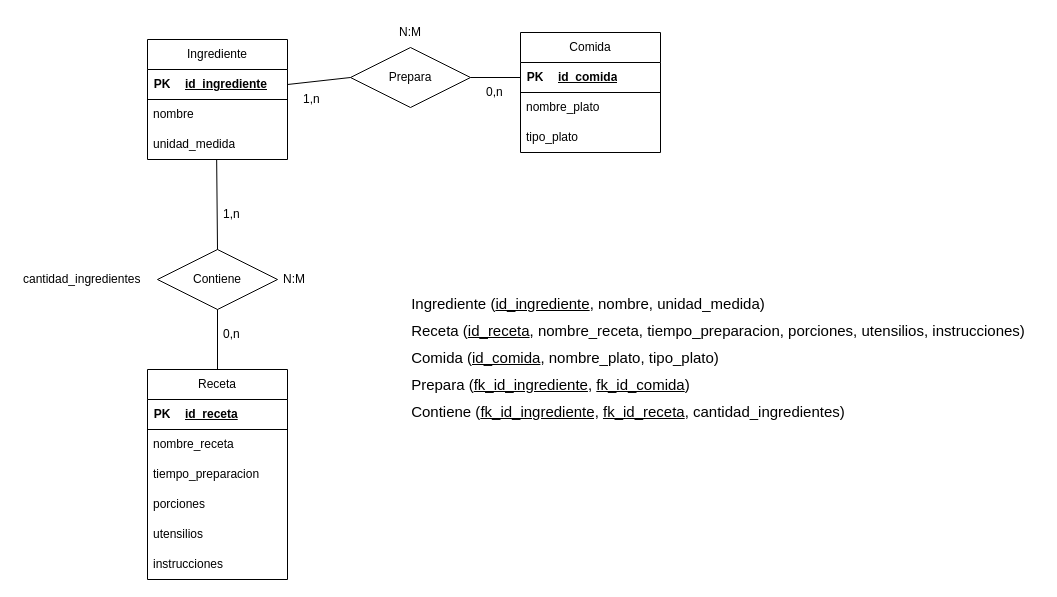
The draw.io diagram Ejercicio09.drawio in Daninuro/diagrames-cvf-dn-mpl-n-11102023, before the edit. Source tidied: cells renumbered, new cells numbered last; positions are measured from the earlier drawing's top-left corner, leaving out a move shared by most shapes. Both pictures are drawn from the tidied source at 100%, with x=0, y=0 at pixel (17, 17).
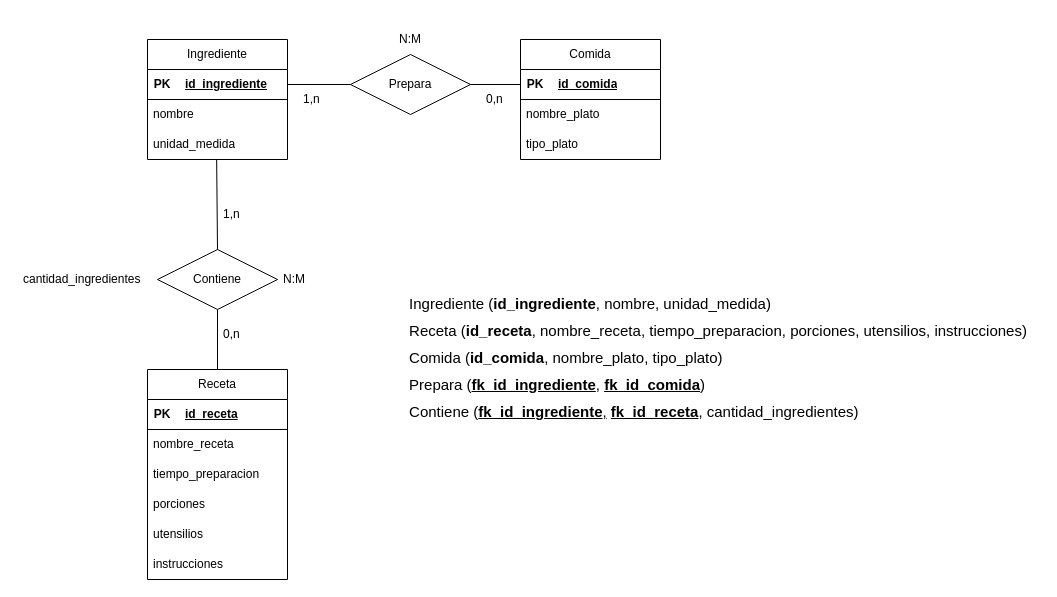
The same diagram, later.

Change to the diagram source:
```diff
@@
     <mxCell id="19" value="Comida" style="swimlane;fontStyle=0;horizontal=1;startSize=30;whiteSpace=wrap;html=1;" parent="1" vertex="1">
-      <mxGeometry x="503" y="15" width="140" height="120" as="geometry" />
+      <mxGeometry x="503" y="22" width="140" height="120" as="geometry" />
     </mxCell>
@@
     <mxCell id="32" value="Prepara" style="shape=rhombus;perimeter=rhombusPerimeter;whiteSpace=wrap;html=1;align=center;" parent="1" vertex="1">
-      <mxGeometry x="333" y="30" width="120" height="60" as="geometry" />
+      <mxGeometry x="333" y="37" width="120" height="60" as="geometry" />
     </mxCell>
@@
     <mxCell id="36" value="0,n" style="text;strokeColor=none;fillColor=none;align=left;verticalAlign=middle;spacingLeft=4;spacingRight=4;overflow=hidden;whiteSpace=wrap;html=1;" parent="1" vertex="1">
-      <mxGeometry x="463" y="60" width="37" height="30" as="geometry" />
+      <mxGeometry x="463" y="67" width="37" height="30" as="geometry" />
     </mxCell>
     <mxCell id="37" value="N:M" style="text;strokeColor=none;fillColor=none;align=left;verticalAlign=middle;spacingLeft=4;spacingRight=4;overflow=hidden;whiteSpace=wrap;html=1;" parent="1" vertex="1">
-      <mxGeometry x="376" width="50" height="30" as="geometry" />
+      <mxGeometry x="376" y="7" width="50" height="30" as="geometry" />
     </mxCell>
@@
-    <mxCell id="39" value="&lt;div style=&quot;text-align: justify; line-height: 180%; font-size: 15px;&quot;&gt;&lt;span style=&quot;background-color: initial;&quot;&gt;&lt;font style=&quot;font-size: 15px;&quot;&gt;Ingrediente (&lt;u&gt;id_ingrediente&lt;/u&gt;, nombre, unidad_medida)&lt;/font&gt;&lt;/span&gt;&lt;/div&gt;&lt;div style=&quot;text-align: justify; line-height: 180%; font-size: 15px;&quot;&gt;&lt;span style=&quot;background-color: initial;&quot;&gt;&lt;font style=&quot;font-size: 15px;&quot;&gt;Receta (&lt;u&gt;id_receta&lt;/u&gt;, nombre_receta, tiempo_preparacion, porciones, utensilios, instrucciones)&lt;/font&gt;&lt;/span&gt;&lt;/div&gt;&lt;div style=&quot;text-align: justify; line-height: 180%; font-size: 15px;&quot;&gt;&lt;span style=&quot;background-color: initial;&quot;&gt;&lt;font style=&quot;font-size: 15px;&quot;&gt;Comida (&lt;u&gt;id_comida&lt;/u&gt;, nombre_plato, tipo_plato)&lt;/font&gt;&lt;/span&gt;&lt;/div&gt;&lt;div style=&quot;text-align: justify; line-height: 180%; font-size: 15px;&quot;&gt;Prepara (&lt;u&gt;fk_id_ingrediente&lt;/u&gt;, &lt;u&gt;fk_id_comida&lt;/u&gt;)&lt;/div&gt;&lt;div style=&quot;text-align: justify; line-height: 180%; font-size: 15px;&quot;&gt;Contiene (&lt;u&gt;fk_id_ingrediente,&lt;/u&gt;&amp;nbsp;&lt;u&gt;fk_id_receta&lt;/u&gt;, cantidad_ingredientes)&lt;/div&gt;" style="text;html=1;strokeColor=none;fillColor=none;align=center;verticalAlign=middle;whiteSpace=wrap;rounded=0;" parent="1" vertex="1">
+    <mxCell id="39" value="&lt;div style=&quot;text-align: justify; line-height: 180%; font-size: 15px;&quot;&gt;&lt;span style=&quot;background-color: initial;&quot;&gt;&lt;font style=&quot;font-size: 15px;&quot;&gt;Ingrediente (&lt;b&gt;id_ingrediente&lt;/b&gt;, nombre, unidad_medida)&lt;/font&gt;&lt;/span&gt;&lt;/div&gt;&lt;div style=&quot;text-align: justify; line-height: 180%; font-size: 15px;&quot;&gt;&lt;span style=&quot;background-color: initial;&quot;&gt;&lt;font style=&quot;font-size: 15px;&quot;&gt;Receta (&lt;b&gt;id_receta&lt;/b&gt;, nombre_receta, tiempo_preparacion, porciones, utensilios, instrucciones)&lt;/font&gt;&lt;/span&gt;&lt;/div&gt;&lt;div style=&quot;text-align: justify; line-height: 180%; font-size: 15px;&quot;&gt;&lt;span style=&quot;background-color: initial;&quot;&gt;&lt;font style=&quot;font-size: 15px;&quot;&gt;Comida (&lt;b&gt;id_comida&lt;/b&gt;, nombre_plato, tipo_plato)&lt;/font&gt;&lt;/span&gt;&lt;/div&gt;&lt;div style=&quot;text-align: justify; line-height: 180%; font-size: 15px;&quot;&gt;Prepara (&lt;u&gt;&lt;b&gt;fk_id_ingrediente&lt;/b&gt;&lt;/u&gt;, &lt;u&gt;&lt;b&gt;fk_id_comida&lt;/b&gt;&lt;/u&gt;)&lt;/div&gt;&lt;div style=&quot;text-align: justify; line-height: 180%; font-size: 15px;&quot;&gt;Contiene (&lt;u&gt;&lt;b&gt;fk_id_ingrediente&lt;/b&gt;,&lt;/u&gt;&amp;nbsp;&lt;u&gt;&lt;b&gt;fk_id_receta&lt;/b&gt;&lt;/u&gt;, cantidad_ingredientes)&lt;/div&gt;" style="text;html=1;strokeColor=none;fillColor=none;align=center;verticalAlign=middle;whiteSpace=wrap;rounded=0;" parent="1" vertex="1">
       <mxGeometry x="379" y="285" width="644" height="109" as="geometry" />
     </mxCell>
```
